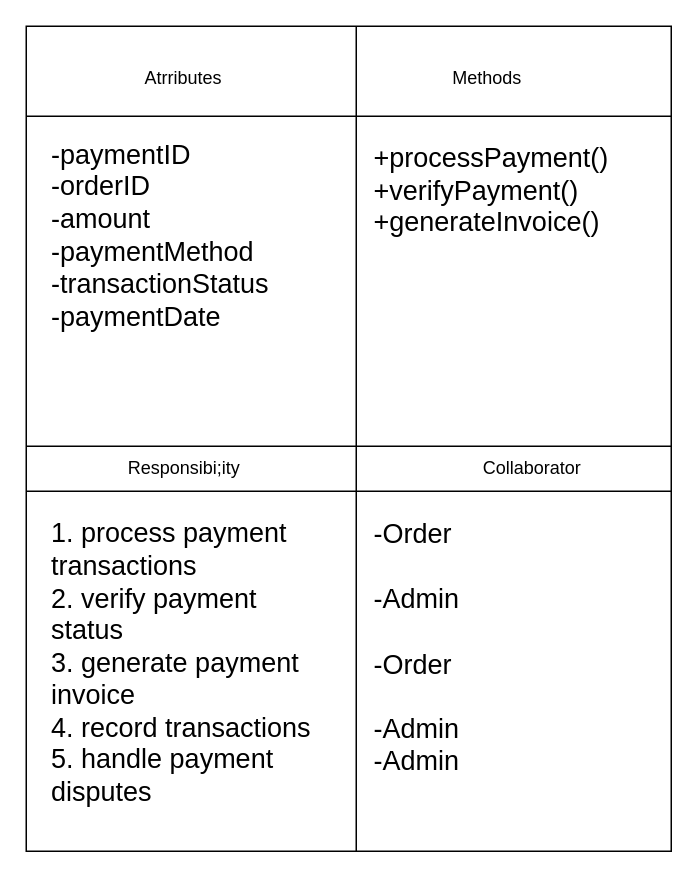
Before: Software-Requirement-Specification/Class-Based-Modeling/CRC/Class-Cards/Class Diagram/payment.drawio in fiercePanda007/SPL2-EcommerceWebApp, a draw.io diagram. Source tidied: cells renumbered, new cells numbered last; positions are measured from the earlier drawing's top-left corner, leaving out a move shared by most shapes. Both pictures are drawn from the tidied source at 150%, with x=0, y=0 at pixel (26, 26).
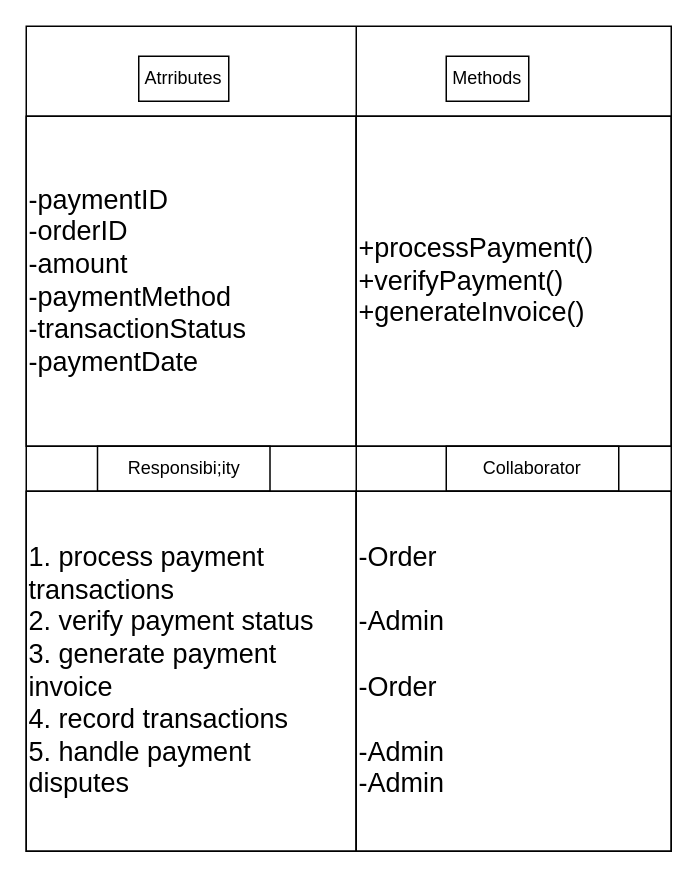
After the change.

Change to the diagram source:
```diff
@@
-<mxGraphModel>
+<mxGraphModel background="#ffffff">
   <root>
     <mxCell id="0" />
     <mxCell id="1" parent="0" />
-    <mxCell id="2" style="shape=internalStorage;whiteSpace=wrap;html=1;backgroundOutline=1;dx=220;dy=60;" parent="1" vertex="1">
+    <mxCell id="2" style="shape=internalStorage;whiteSpace=wrap;html=1;backgroundOutline=1;dx=220;dy=60;fillColor=none;strokeColor=#000000;fontColor=#000000;" parent="1" vertex="1">
       <mxGeometry width="430" height="550" as="geometry" />
     </mxCell>
-    <mxCell id="3" value="Atrributes" style="text;html=1;strokeColor=none;fillColor=none;align=center;verticalAlign=middle;whiteSpace=wrap;rounded=0;" parent="1" vertex="1">
+    <mxCell id="3" value="Atrributes" style="text;html=1;strokeColor=#000000;fillColor=none;align=center;verticalAlign=middle;whiteSpace=wrap;rounded=0;fontColor=#000000;" parent="1" vertex="1">
       <mxGeometry x="75" y="20" width="60" height="30" as="geometry" />
     </mxCell>
-    <mxCell id="4" value="Methods" style="text;html=1;strokeColor=none;fillColor=none;align=center;verticalAlign=middle;whiteSpace=wrap;rounded=0;" parent="1" vertex="1">
+    <mxCell id="4" value="Methods" style="text;html=1;strokeColor=#000000;fillColor=none;align=center;verticalAlign=middle;whiteSpace=wrap;rounded=0;fontColor=#000000;" parent="1" vertex="1">
       <mxGeometry x="280" y="20" width="55" height="30" as="geometry" />
     </mxCell>
-    <mxCell id="5" style="endArrow=none;html=1;" parent="1" edge="1" target="2">
+    <mxCell id="5" style="endArrow=none;html=1;fillColor=none;strokeColor=#000000;fontColor=#000000;" parent="1" edge="1" target="2">
       <mxGeometry relative="1" as="geometry">
         <mxPoint y="280" as="sourcePoint" />
         <Array as="points">
           <mxPoint x="430" y="280" />
         </Array>
       </mxGeometry>
     </mxCell>
-    <mxCell id="6" style="endArrow=none;html=1;" parent="1" edge="1">
+    <mxCell id="6" style="endArrow=none;html=1;fillColor=none;strokeColor=#000000;fontColor=#000000;" parent="1" edge="1">
       <mxGeometry relative="1" as="geometry">
         <mxPoint y="310" as="sourcePoint" />
         <mxPoint x="430" y="310" as="targetPoint" />
         <Array as="points">
           <mxPoint x="430" y="310" />
         </Array>
       </mxGeometry>
     </mxCell>
-    <mxCell id="7" value="Responsibi;ity" style="text;html=1;strokeColor=none;fillColor=none;align=center;verticalAlign=middle;whiteSpace=wrap;rounded=0;" parent="1" vertex="1">
+    <mxCell id="7" value="Responsibi;ity" style="text;html=1;strokeColor=#000000;fillColor=none;align=center;verticalAlign=middle;whiteSpace=wrap;rounded=0;fontColor=#000000;" parent="1" vertex="1">
       <mxGeometry x="47.5" y="280" width="115" height="30" as="geometry" />
     </mxCell>
-    <mxCell id="8" value="Collaborator" style="text;html=1;strokeColor=none;fillColor=none;align=center;verticalAlign=middle;whiteSpace=wrap;rounded=0;" parent="1" vertex="1">
+    <mxCell id="8" value="Collaborator" style="text;html=1;strokeColor=#000000;fillColor=none;align=center;verticalAlign=middle;whiteSpace=wrap;rounded=0;fontColor=#000000;" parent="1" vertex="1">
       <mxGeometry x="280" y="280" width="115" height="30" as="geometry" />
     </mxCell>
-    <mxCell id="9" value="&lt;font style=&quot;font-size: 18px;&quot;&gt;-paymentID&lt;br&gt;-orderID&lt;br&gt;-amount&lt;br&gt;-paymentMethod&lt;br&gt;-transactionStatus&lt;br&gt;-paymentDate&lt;br&gt;&lt;/font&gt;" style="text;html=1;strokeColor=none;fillColor=none;align=left;verticalAlign=middle;whiteSpace=wrap;rounded=0;" parent="1" vertex="1">
-      <mxGeometry x="15" y="60" width="180" height="160" as="geometry" />
+    <mxCell id="9" value="&lt;font style=&quot;font-size: 18px;&quot;&gt;-paymentID&lt;br&gt;-orderID&lt;br&gt;-amount&lt;br&gt;-paymentMethod&lt;br&gt;-transactionStatus&lt;br&gt;-paymentDate&lt;br&gt;&lt;/font&gt;" style="text;html=1;strokeColor=#000000;fillColor=none;align=left;verticalAlign=middle;whiteSpace=wrap;rounded=0;fontColor=#000000;" parent="1" vertex="1">
+      <mxGeometry y="60" width="220" height="220" as="geometry" />
     </mxCell>
-    <mxCell id="10" value="&lt;font style=&quot;font-size: 18px;&quot;&gt;+processPayment()&lt;br&gt;+verifyPayment()&lt;br&gt;+generateInvoice()&lt;br&gt;&lt;/font&gt;" style="text;html=1;strokeColor=none;fillColor=none;align=left;verticalAlign=middle;whiteSpace=wrap;rounded=0;" parent="1" vertex="1">
-      <mxGeometry x="230" y="20" width="180" height="180" as="geometry" />
+    <mxCell id="10" value="&lt;font style=&quot;font-size: 18px;&quot;&gt;+processPayment()&lt;br&gt;+verifyPayment()&lt;br&gt;+generateInvoice()&lt;br&gt;&lt;/font&gt;" style="text;html=1;strokeColor=#000000;fillColor=none;align=left;verticalAlign=middle;whiteSpace=wrap;rounded=0;fontColor=#000000;" parent="1" vertex="1">
+      <mxGeometry x="220" y="60" width="210" height="220" as="geometry" />
     </mxCell>
-    <mxCell id="11" value="&lt;font style=&quot;font-size: 18px;&quot;&gt;1. process payment transactions&lt;br&gt;2. verify payment status&lt;br&gt;3. generate payment invoice&lt;br&gt;4. record transactions&lt;br&gt;5. handle payment disputes&lt;br&gt;&lt;/font&gt;" style="text;html=1;strokeColor=none;fillColor=none;align=left;verticalAlign=middle;whiteSpace=wrap;rounded=0;" parent="1" vertex="1">
-      <mxGeometry x="15" y="320" width="185" height="210" as="geometry" />
+    <mxCell id="11" value="&lt;font style=&quot;font-size: 18px;&quot;&gt;1. process payment transactions&lt;br&gt;2. verify payment status&lt;br&gt;3. generate payment invoice&lt;br&gt;4. record transactions&lt;br&gt;5. handle payment disputes&lt;br&gt;&lt;/font&gt;" style="text;html=1;strokeColor=#000000;fillColor=none;align=left;verticalAlign=middle;whiteSpace=wrap;rounded=0;fontColor=#000000;" parent="1" vertex="1">
+      <mxGeometry y="310" width="220" height="240" as="geometry" />
     </mxCell>
-    <mxCell id="12" value="&lt;span style=&quot;font-size: 18px;&quot;&gt;-Order&lt;br&gt;&lt;br&gt;-Admin&lt;br&gt;&lt;br&gt;-Order&lt;br&gt;&lt;br&gt;-Admin&lt;br&gt;-Admin&lt;br&gt;&lt;/span&gt;" style="text;html=1;strokeColor=none;fillColor=none;align=left;verticalAlign=middle;whiteSpace=wrap;rounded=0;" parent="1" vertex="1">
-      <mxGeometry x="230" y="310" width="170" height="210" as="geometry" />
+    <mxCell id="12" value="&lt;span style=&quot;font-size: 18px;&quot;&gt;-Order&lt;br&gt;&lt;br&gt;-Admin&lt;br&gt;&lt;br&gt;-Order&lt;br&gt;&lt;br&gt;-Admin&lt;br&gt;-Admin&lt;br&gt;&lt;/span&gt;" style="text;html=1;strokeColor=#000000;fillColor=none;align=left;verticalAlign=middle;whiteSpace=wrap;rounded=0;fontColor=#000000;" parent="1" vertex="1">
+      <mxGeometry x="220" y="310" width="210" height="240" as="geometry" />
     </mxCell>
   </root>
 </mxGraphModel>
```
